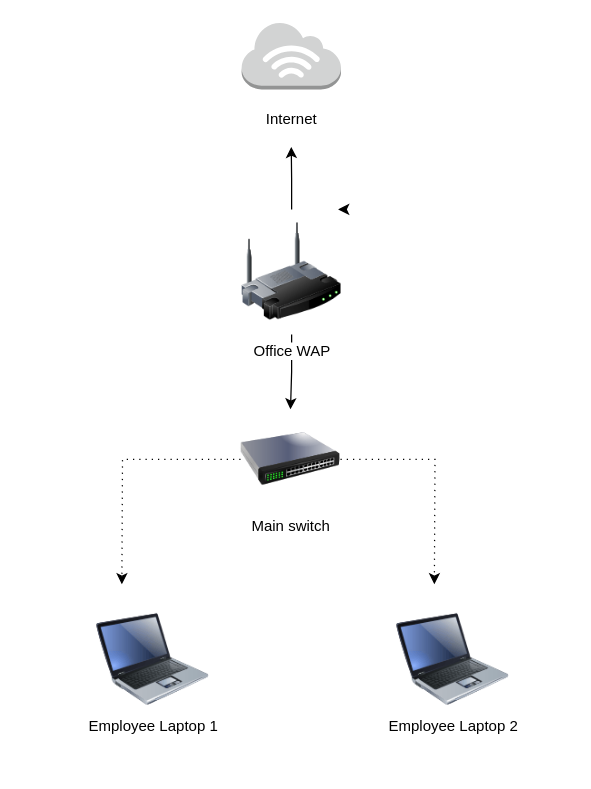
Earlier version of the draw.io diagram Basic Wired Network Layout.drawio (AtunegwuOchei/enterprise-network-architecture). Source tidied: cells renumbered, new cells numbered last; positions are measured from the earlier drawing's top-left corner, leaving out a move shared by most shapes. Both pictures are drawn from the tidied source at 125%, with x=0, y=0 at pixel (96, 21).
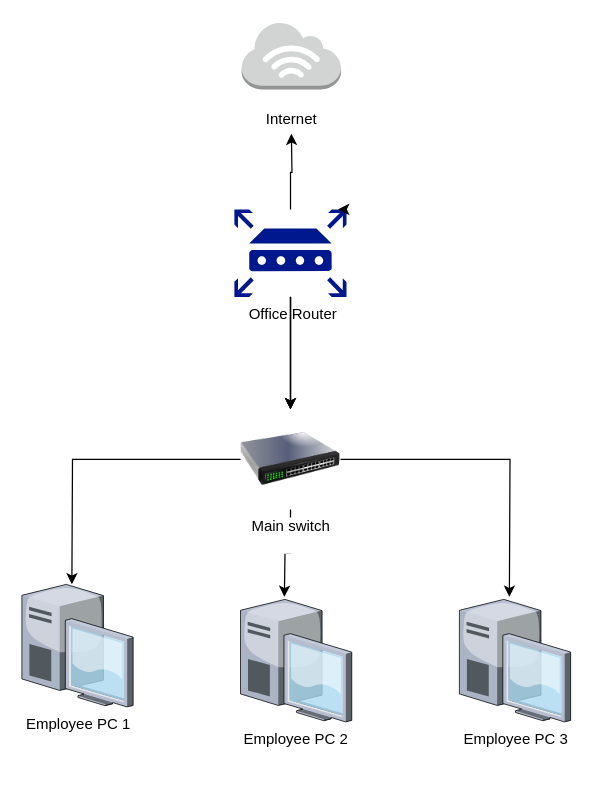
After the change.

Commit message (it also covers changes not shown here):
corrected wired network layout

Diff of the diagram source:
```diff
@@
 <mxGraphModel>
   <root>
     <mxCell id="0" />
     <mxCell id="1" parent="0" />
-    <mxCell id="2" style="edgeStyle=orthogonalEdgeStyle;rounded=0;jettySize=auto;html=1;dashed=1;dashPattern=1 4;" parent="1" edge="1" source="4">
-      <mxGeometry relative="1" as="geometry">
-        <mxPoint x="20" y="450" as="targetPoint" />
-      </mxGeometry>
-    </mxCell>
-    <mxCell id="3" style="edgeStyle=orthogonalEdgeStyle;rounded=0;jettySize=auto;html=1;dashed=1;dashPattern=1 4;" parent="1" edge="1" source="4">
-      <mxGeometry relative="1" as="geometry">
-        <mxPoint x="270" y="450" as="targetPoint" />
-      </mxGeometry>
-    </mxCell>
+    <mxCell id="13" style="edgeStyle=orthogonalEdgeStyle;rounded=0;jettySize=auto;html=1;" parent="1" edge="1" source="17" target="4">
+      <mxGeometry relative="1" as="geometry" />
+    </mxCell>
+    <mxCell id="14" style="edgeStyle=orthogonalEdgeStyle;rounded=0;jettySize=auto;html=1;" parent="1" edge="1" source="17">
+      <mxGeometry relative="1" as="geometry">
+        <mxPoint x="155.6" y="89.5" as="targetPoint" />
+      </mxGeometry>
+    </mxCell>
+    <mxCell id="15" style="edgeStyle=orthogonalEdgeStyle;rounded=0;jettySize=auto;html=1;" parent="1" edge="1" source="17" target="4">
+      <mxGeometry relative="1" as="geometry" />
+    </mxCell>
+    <mxCell id="16" style="edgeStyle=orthogonalEdgeStyle;rounded=0;jettySize=auto;html=1;" parent="1" edge="1" source="17" target="4">
+      <mxGeometry relative="1" as="geometry" />
+    </mxCell>
+    <mxCell id="17" value="&amp;nbsp;Office Router" style="sketch=0;shadow=0;dashed=0;html=1;strokeColor=none;labelPosition=center;verticalLabelPosition=bottom;verticalAlign=top;align=center;fillColor=#00188D;shape=mxgraph.mscae.enterprise.router;" parent="1" vertex="1">
+      <mxGeometry x="110" y="150" width="89.7" height="70" as="geometry" />
+    </mxCell>
+    <mxCell id="18" style="edgeStyle=orthogonalEdgeStyle;rounded=0;jettySize=auto;html=1;" parent="1" edge="1" source="4">
+      <mxGeometry relative="1" as="geometry">
+        <mxPoint x="150" y="460" as="targetPoint" />
+      </mxGeometry>
+    </mxCell>
+    <mxCell id="19" style="edgeStyle=orthogonalEdgeStyle;rounded=0;jettySize=auto;html=1;" parent="1" edge="1" source="4">
+      <mxGeometry relative="1" as="geometry">
+        <mxPoint x="-20" y="450" as="targetPoint" />
+      </mxGeometry>
+    </mxCell>
+    <mxCell id="20" style="edgeStyle=orthogonalEdgeStyle;rounded=0;jettySize=auto;html=1;" parent="1" edge="1" source="4">
+      <mxGeometry relative="1" as="geometry">
+        <mxPoint x="330" y="460" as="targetPoint" />
+      </mxGeometry>
+    </mxCell>
     <mxCell id="4" value="Main switch&lt;div&gt;&lt;br&gt;&lt;/div&gt;" style="image;html=1;image=img/lib/clip_art/networking/Switch_128x128.png;" parent="1" vertex="1">
       <mxGeometry x="114.9" y="310" width="80" height="80" as="geometry" />
     </mxCell>
-    <mxCell id="5" style="edgeStyle=orthogonalEdgeStyle;rounded=0;orthogonalLoop=1;jettySize=auto;html=1;exitX=1;exitY=0;exitDx=0;exitDy=0;exitPerimeter=0;entryX=0.925;entryY=0;entryDx=0;entryDy=0;entryPerimeter=0;" parent="1" edge="1">
-      <mxGeometry relative="1" as="geometry">
-        <mxPoint x="199.7" y="150" as="sourcePoint" />
-        <mxPoint x="193" y="150" as="targetPoint" />
-      </mxGeometry>
+    <mxCell id="5" style="edgeStyle=orthogonalEdgeStyle;rounded=0;orthogonalLoop=1;jettySize=auto;html=1;exitX=1;exitY=0;exitDx=0;exitDy=0;exitPerimeter=0;entryX=0.925;entryY=0;entryDx=0;entryDy=0;entryPerimeter=0;" parent="1" edge="1" source="17" target="17">
+      <mxGeometry relative="1" as="geometry" />
     </mxCell>
+    <mxCell id="21" value="Employee PC 1" style="verticalLabelPosition=bottom;sketch=0;html=1;verticalAlign=top;strokeColor=none;align=center;shape=mxgraph.citrix.desktop;" parent="1" vertex="1">
+      <mxGeometry x="-60" y="450" width="89" height="98" as="geometry" />
+    </mxCell>
     <mxCell id="6" value="Internet&lt;div&gt;&lt;br&gt;&lt;/div&gt;" style="text;html=1;whiteSpace=wrap;strokeColor=none;fillColor=none;align=center;verticalAlign=middle;rounded=0;" parent="1" vertex="1">
       <mxGeometry x="125.5" y="70" width="60" height="30" as="geometry" />
     </mxCell>
+    <mxCell id="22" value="Employee PC 3&lt;div&gt;&lt;br&gt;&lt;/div&gt;" style="verticalLabelPosition=bottom;sketch=0;html=1;verticalAlign=top;strokeColor=none;align=center;shape=mxgraph.citrix.desktop;" parent="1" vertex="1">
+      <mxGeometry x="290" y="462" width="89" height="98" as="geometry" />
+    </mxCell>
+    <mxCell id="23" value="Employee PC 2" style="verticalLabelPosition=bottom;sketch=0;html=1;verticalAlign=top;strokeColor=none;align=center;shape=mxgraph.citrix.desktop;" parent="1" vertex="1">
+      <mxGeometry x="114.9" y="462" width="89" height="98" as="geometry" />
+    </mxCell>
     <mxCell id="7" style="dashed=0;verticalLabelPosition=bottom;verticalAlign=top;align=center;html=1;shape=mxgraph.aws3.internet_3;fillColor=#D2D3D3;gradientColor=none;" parent="1" vertex="1">
       <mxGeometry x="115.8" width="79.5" height="54" as="geometry" />
     </mxCell>
-    <mxCell id="8" style="edgeStyle=orthogonalEdgeStyle;rounded=0;jettySize=auto;html=1;entryX=0.5;entryY=1;entryDx=0;entryDy=0;" parent="1" edge="1" source="10" target="6">
-      <mxGeometry relative="1" as="geometry" />
-    </mxCell>
-    <mxCell id="9" style="edgeStyle=orthogonalEdgeStyle;rounded=0;jettySize=auto;html=1;entryX=0.5;entryY=0;entryDx=0;entryDy=0;" parent="1" edge="1" source="10" target="4">
-      <mxGeometry relative="1" as="geometry" />
-    </mxCell>
-    <mxCell id="10" value="Office WAP" style="image;html=1;image=img/lib/clip_art/networking/Wireless_Router_128x128.png;" parent="1" vertex="1">
-      <mxGeometry x="115.8" y="150" width="80" height="100" as="geometry" />
-    </mxCell>
-    <mxCell id="11" value="Employee Laptop 2" style="image;html=1;image=img/lib/clip_art/computers/Laptop_128x128.png;" parent="1" vertex="1">
-      <mxGeometry x="240" y="470" width="90" height="80" as="geometry" />
-    </mxCell>
-    <mxCell id="12" value="Employee Laptop 1" style="image;html=1;image=img/lib/clip_art/computers/Laptop_128x128.png;" parent="1" vertex="1">
-      <mxGeometry y="470" width="90" height="80" as="geometry" />
-    </mxCell>
   </root>
 </mxGraphModel>
```
